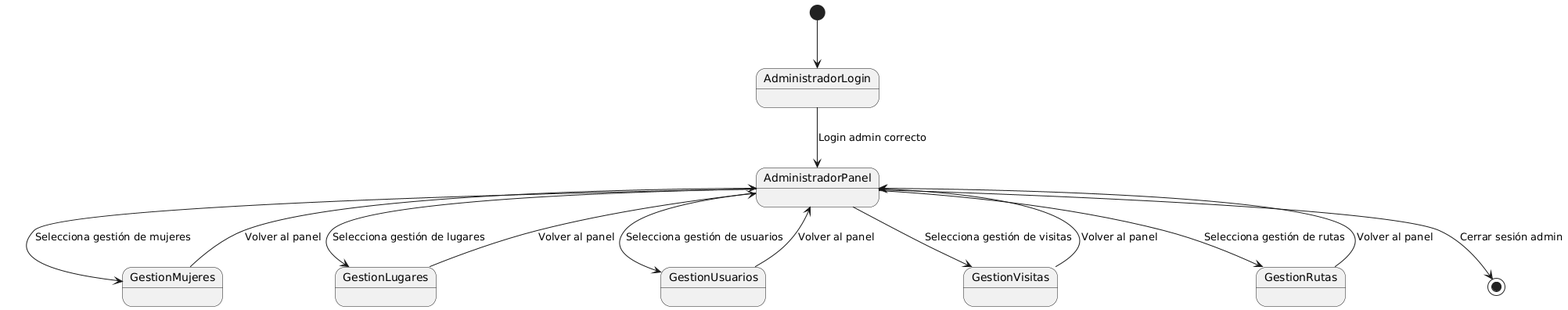
Before: figs/estado_administrador.png, a diagram exported from PlantUML (ivanastanislavova/donammon). The source it was exported from:
```plantuml
@startuml
[*] --> AdministradorLogin

AdministradorLogin --> AdministradorPanel : Login admin correcto

AdministradorPanel --> GestionMujeres : Selecciona gestión de mujeres
AdministradorPanel --> GestionLugares : Selecciona gestión de lugares
AdministradorPanel --> GestionUsuarios : Selecciona gestión de usuarios
AdministradorPanel --> GestionVisitas : Selecciona gestión de visitas
AdministradorPanel --> GestionRutas : Selecciona gestión de rutas

GestionMujeres --> AdministradorPanel : Volver al panel
GestionLugares --> AdministradorPanel : Volver al panel
GestionUsuarios --> AdministradorPanel : Volver al panel
GestionVisitas --> AdministradorPanel : Volver al panel
GestionRutas --> AdministradorPanel : Volver al panel

AdministradorPanel --> [*] : Cerrar sesión admin
@enduml
```
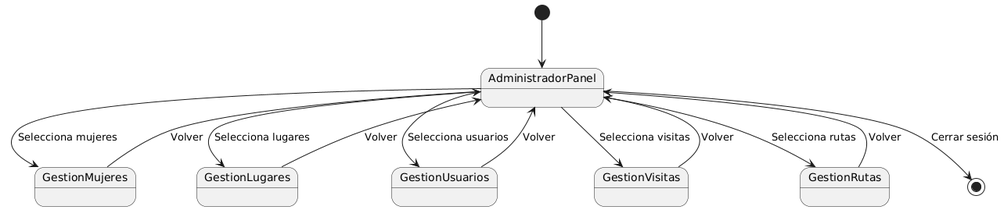
After the change.

Diff of the diagram source:
```diff
@@ -1,19 +1,17 @@
 @startuml
-[*] --> AdministradorLogin
+[*] --> AdministradorPanel
 
-AdministradorLogin --> AdministradorPanel : Login admin correcto
+AdministradorPanel --> GestionMujeres : Selecciona mujeres
+AdministradorPanel --> GestionLugares : Selecciona lugares
+AdministradorPanel --> GestionUsuarios : Selecciona usuarios
+AdministradorPanel --> GestionVisitas : Selecciona visitas
+AdministradorPanel --> GestionRutas : Selecciona rutas
 
-AdministradorPanel --> GestionMujeres : Selecciona gestión de mujeres
-AdministradorPanel --> GestionLugares : Selecciona gestión de lugares
-AdministradorPanel --> GestionUsuarios : Selecciona gestión de usuarios
-AdministradorPanel --> GestionVisitas : Selecciona gestión de visitas
-AdministradorPanel --> GestionRutas : Selecciona gestión de rutas
+GestionMujeres --> AdministradorPanel : Volver
+GestionLugares --> AdministradorPanel : Volver
+GestionUsuarios --> AdministradorPanel : Volver
+GestionVisitas --> AdministradorPanel : Volver
+GestionRutas --> AdministradorPanel : Volver
 
-GestionMujeres --> AdministradorPanel : Volver al panel
-GestionLugares --> AdministradorPanel : Volver al panel
-GestionUsuarios --> AdministradorPanel : Volver al panel
-GestionVisitas --> AdministradorPanel : Volver al panel
-GestionRutas --> AdministradorPanel : Volver al panel
-
-AdministradorPanel --> [*] : Cerrar sesión admin
+AdministradorPanel --> [*] : Cerrar sesión
 @enduml
```
